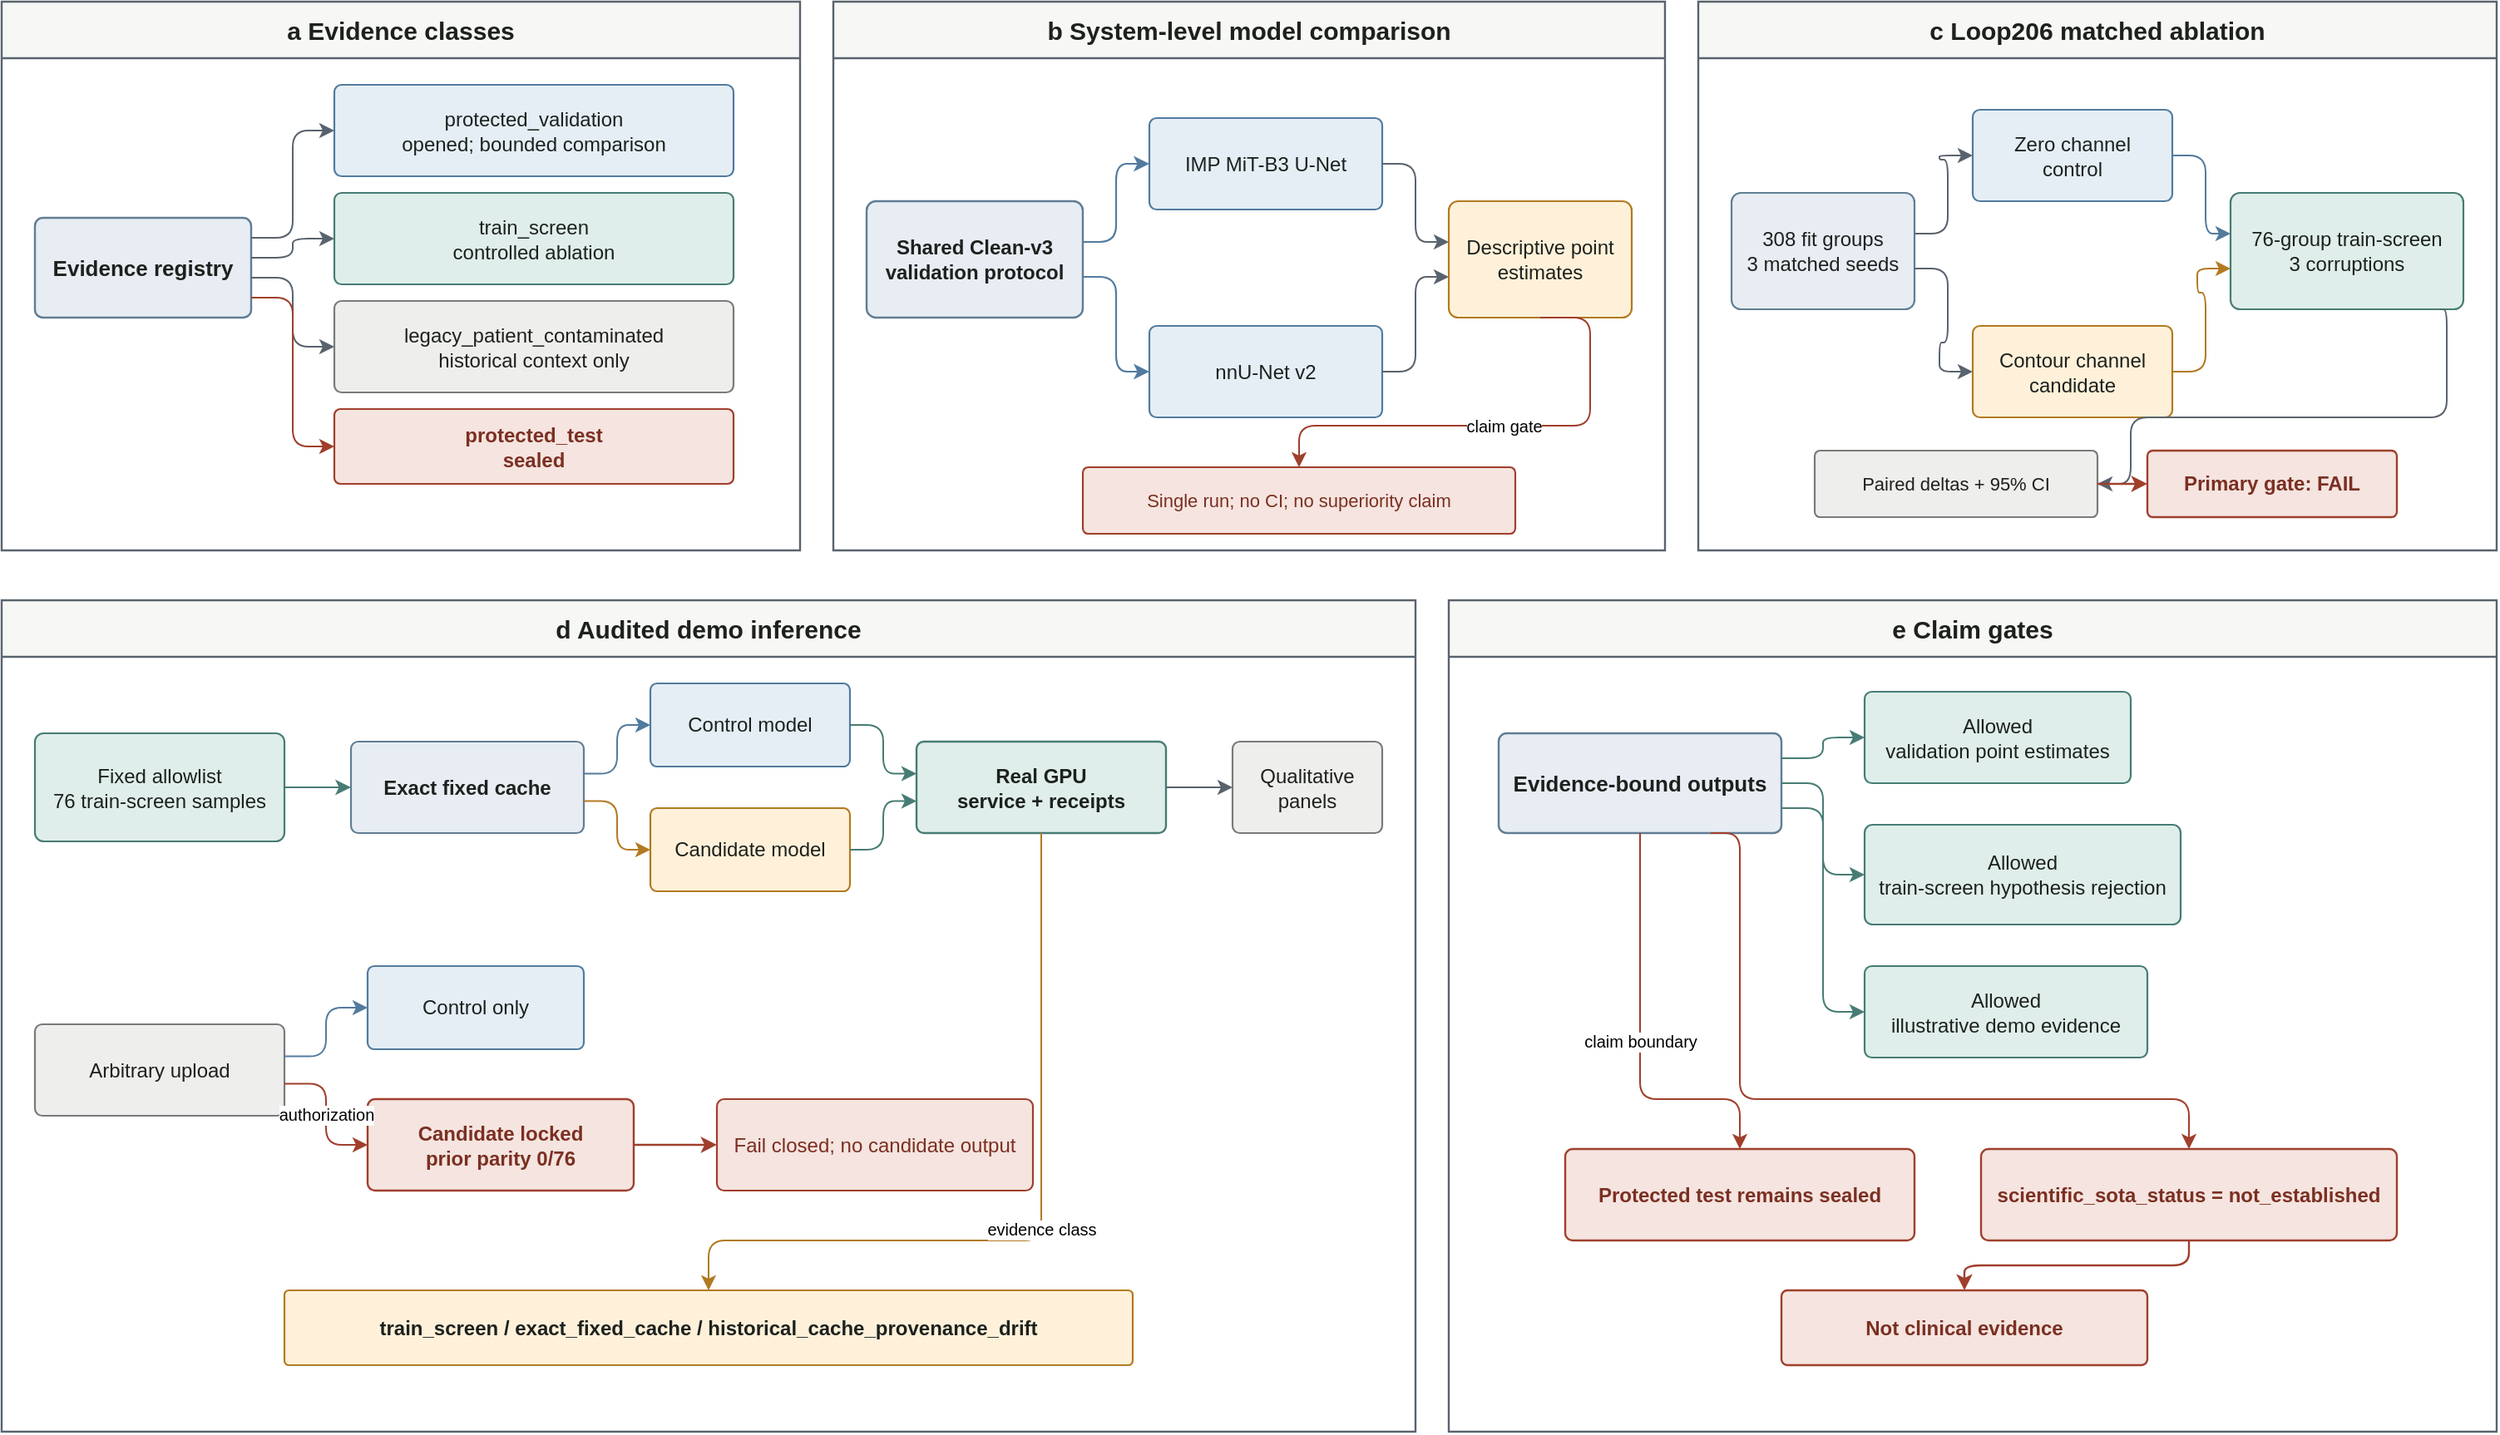
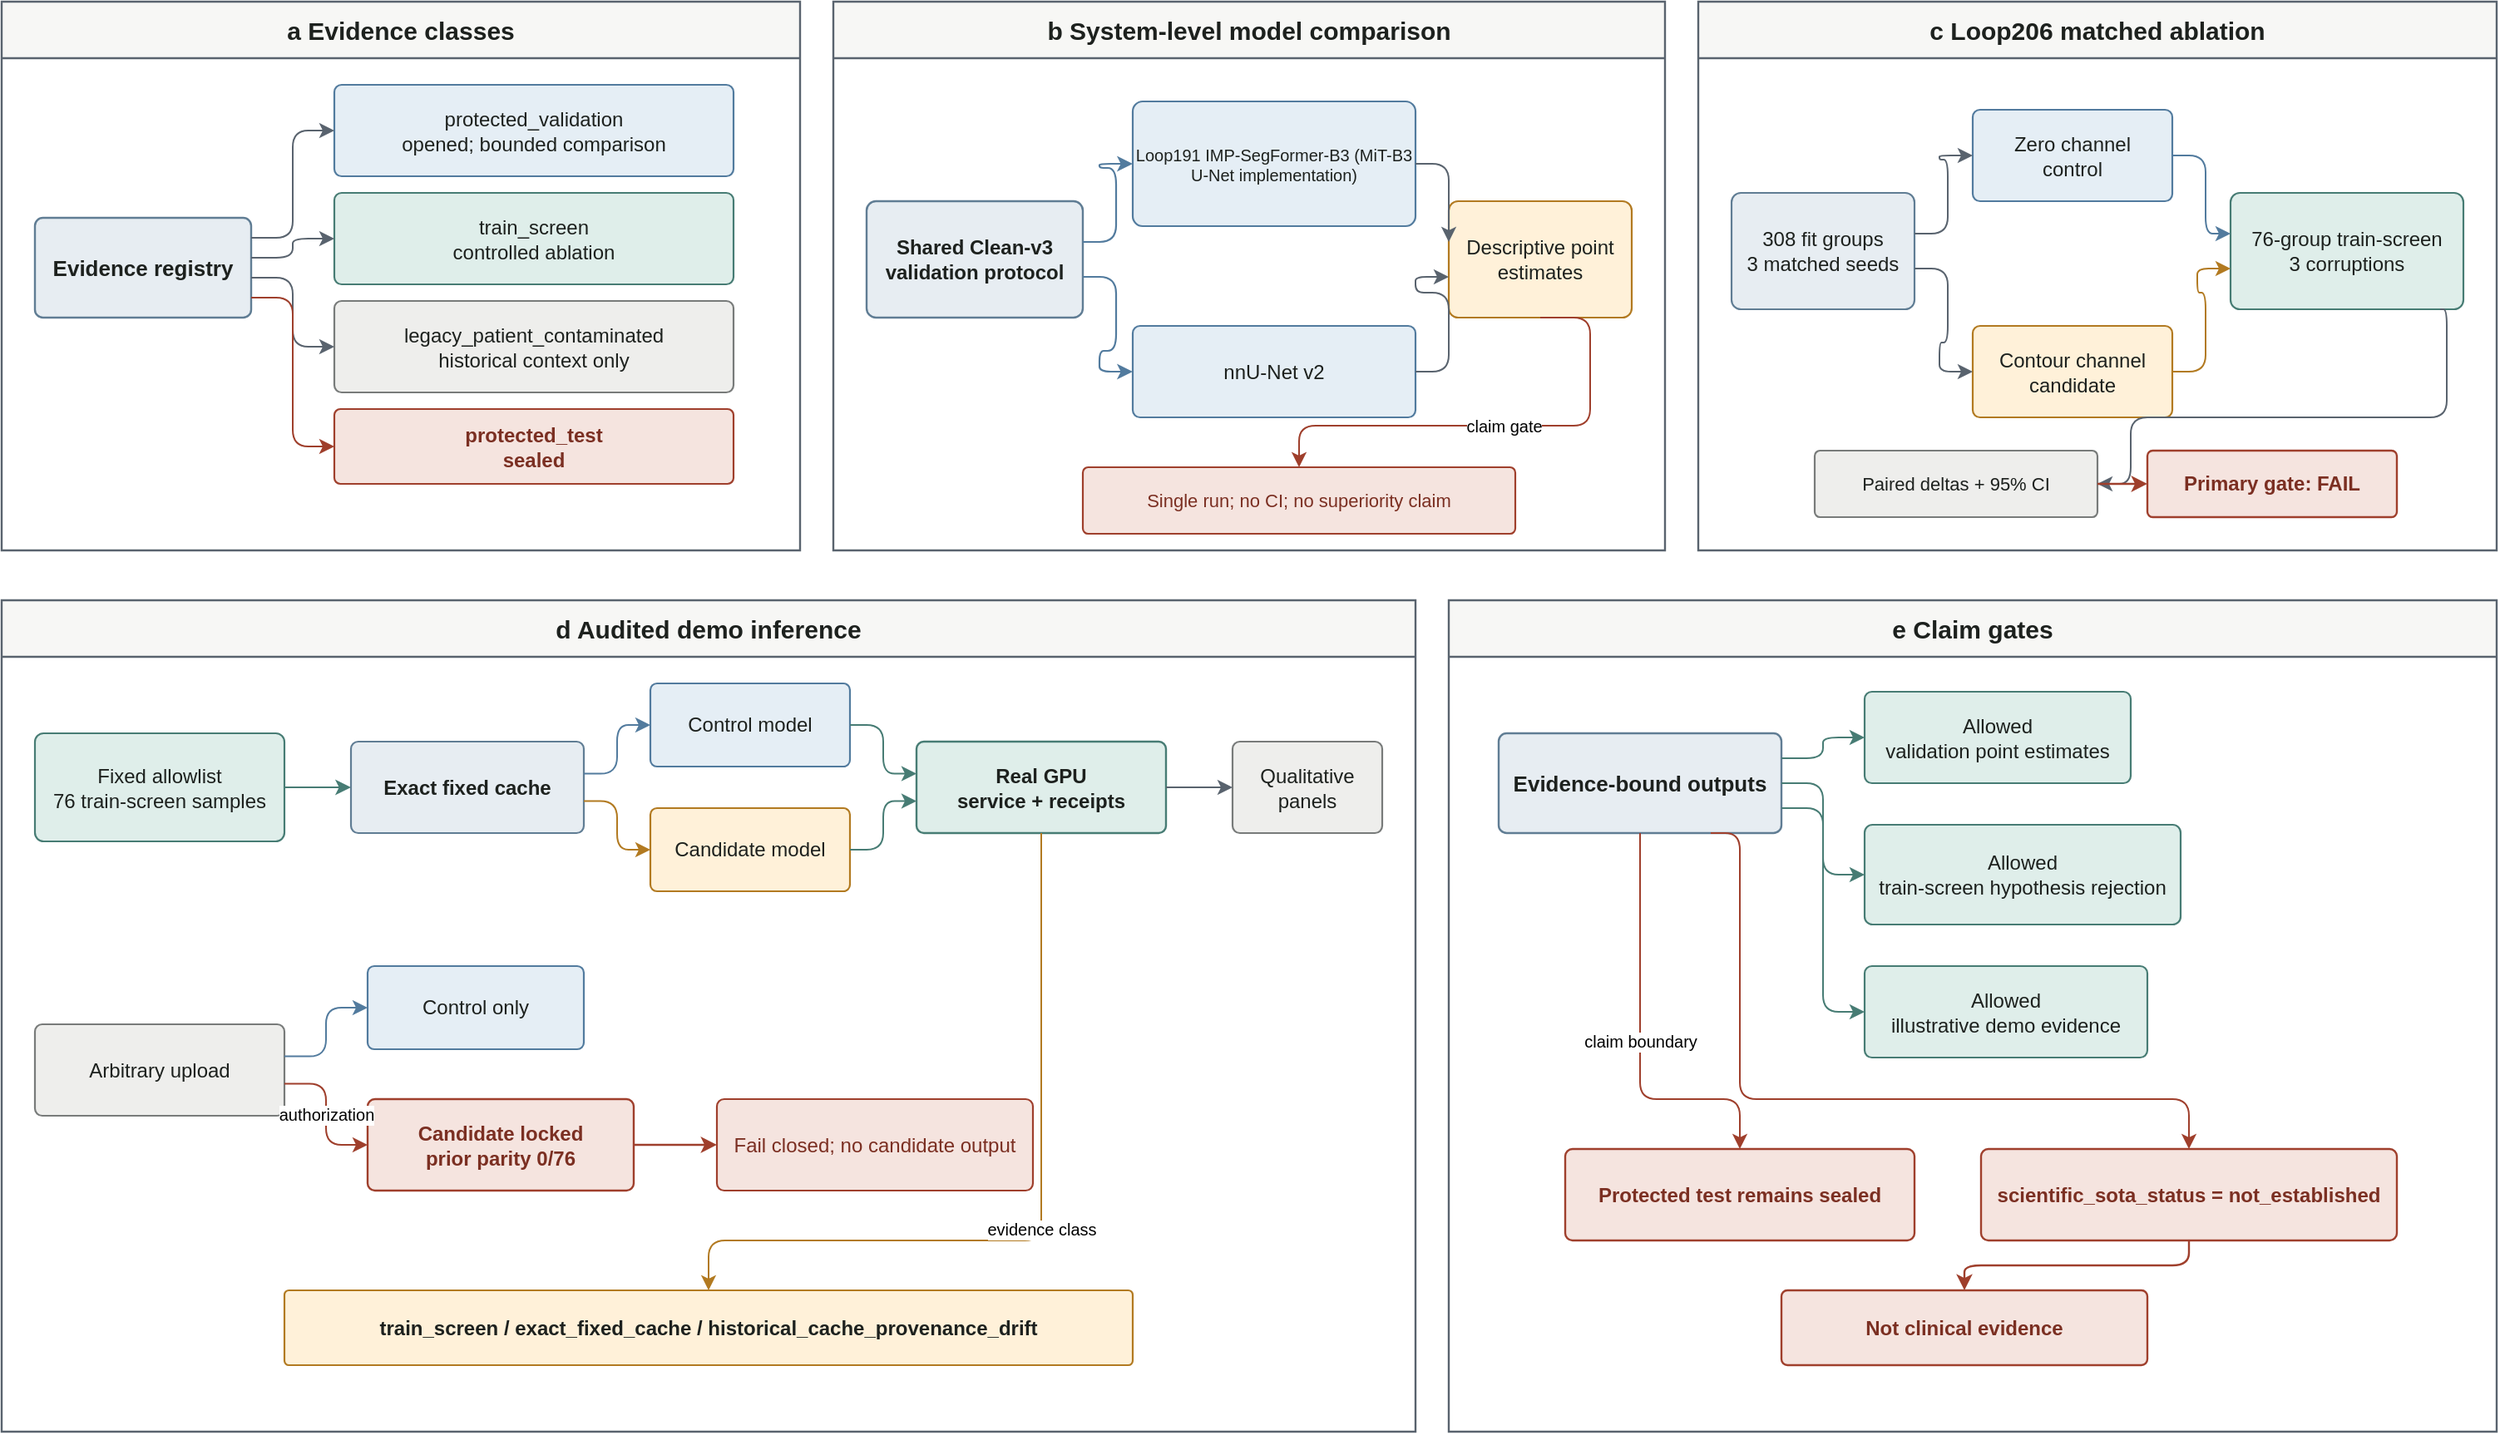
<?xml version="1.0" encoding="UTF-8"?>
<mxfile host="drawio" version="30.3.14">
  <diagram id="evidence-pipeline" name="Evidence pipeline">
    <mxGraphModel dx="1560" dy="940" grid="1" gridSize="10" guides="1" tooltips="1" connect="1" arrows="1" fold="1" page="1" pageScale="1" pageWidth="1560" pageHeight="940" math="0" shadow="0">
      <root>
        <mxCell id="0" />
        <mxCell id="1" parent="0" />

        <mxCell id="2" value="a  Evidence classes" style="swimlane;startSize=34;horizontal=1;rounded=0;html=1;whiteSpace=wrap;fillColor=#f7f7f5;swimlaneFillColor=#ffffff;strokeColor=#59636e;strokeWidth=1.2;fontFamily=Helvetica;fontSize=15;fontStyle=1;fontColor=#1d211e;container=1;pointerEvents=0;" vertex="1" parent="1">
          <mxGeometry x="30" y="30" width="480" height="330" as="geometry" />
        </mxCell>
        <mxCell id="3" value="Evidence registry" style="rounded=1;arcSize=8;whiteSpace=wrap;html=1;fillColor=#e7edf2;strokeColor=#607d94;strokeWidth=1.2;fontFamily=Helvetica;fontSize=13;fontStyle=1;fontColor=#1d211e;" vertex="1" parent="2">
          <mxGeometry x="20" y="130" width="130" height="60" as="geometry" />
        </mxCell>
        <mxCell id="4" value="protected_validation&#xa;opened; bounded comparison" style="rounded=1;arcSize=8;whiteSpace=wrap;html=1;fillColor=#e5eef5;strokeColor=#527b9e;strokeWidth=1.1;fontFamily=Helvetica;fontSize=12;fontColor=#1d211e;" vertex="1" parent="2">
          <mxGeometry x="200" y="50" width="240" height="55" as="geometry" />
        </mxCell>
        <mxCell id="5" value="train_screen&#xa;controlled ablation" style="rounded=1;arcSize=8;whiteSpace=wrap;html=1;fillColor=#dfeeea;strokeColor=#477c74;strokeWidth=1.1;fontFamily=Helvetica;fontSize=12;fontColor=#1d211e;" vertex="1" parent="2">
          <mxGeometry x="200" y="115" width="240" height="55" as="geometry" />
        </mxCell>
        <mxCell id="6" value="legacy_patient_contaminated&#xa;historical context only" style="rounded=1;arcSize=8;whiteSpace=wrap;html=1;fillColor=#eeeeec;strokeColor=#787b7a;strokeWidth=1.1;fontFamily=Helvetica;fontSize=12;fontColor=#1d211e;" vertex="1" parent="2">
          <mxGeometry x="200" y="180" width="240" height="55" as="geometry" />
        </mxCell>
        <mxCell id="7" value="protected_test&#xa;sealed" style="rounded=1;arcSize=8;whiteSpace=wrap;html=1;fillColor=#f5e4df;strokeColor=#9f3f2c;strokeWidth=1.1;fontFamily=Helvetica;fontSize=12;fontStyle=1;fontColor=#7b2f22;" vertex="1" parent="2">
          <mxGeometry x="200" y="245" width="240" height="45" as="geometry" />
        </mxCell>

        <mxCell id="8" value="b  System-level model comparison" style="swimlane;startSize=34;horizontal=1;rounded=0;html=1;whiteSpace=wrap;fillColor=#f7f7f5;swimlaneFillColor=#ffffff;strokeColor=#59636e;strokeWidth=1.2;fontFamily=Helvetica;fontSize=15;fontStyle=1;fontColor=#1d211e;container=1;pointerEvents=0;" vertex="1" parent="1">
          <mxGeometry x="530" y="30" width="500" height="330" as="geometry" />
        </mxCell>
        <mxCell id="9" value="Shared Clean-v3&#xa;validation protocol" style="rounded=1;arcSize=8;whiteSpace=wrap;html=1;fillColor=#e7edf2;strokeColor=#607d94;strokeWidth=1.2;fontFamily=Helvetica;fontSize=12;fontStyle=1;fontColor=#1d211e;" vertex="1" parent="8">
          <mxGeometry x="20" y="120" width="130" height="70" as="geometry" />
        </mxCell>
-         <mxCell id="10" value="IMP MiT-B3 U-Net" style="rounded=1;arcSize=8;whiteSpace=wrap;html=1;fillColor=#e5eef5;strokeColor=#527b9e;strokeWidth=1.1;fontFamily=Helvetica;fontSize=12;fontColor=#1d211e;" vertex="1" parent="8">
-           <mxGeometry x="190" y="70" width="140" height="55" as="geometry" />
+         <mxCell id="10" value="Loop191 IMP-SegFormer-B3 (MiT-B3 U-Net implementation)" style="rounded=1;arcSize=8;whiteSpace=wrap;html=1;fillColor=#e5eef5;strokeColor=#527b9e;strokeWidth=1.1;fontFamily=Helvetica;fontSize=10;fontColor=#1d211e;" vertex="1" parent="8">
+           <mxGeometry x="180" y="60" width="170" height="75" as="geometry" />
        </mxCell>
        <mxCell id="11" value="nnU-Net v2" style="rounded=1;arcSize=8;whiteSpace=wrap;html=1;fillColor=#e5eef5;strokeColor=#527b9e;strokeWidth=1.1;fontFamily=Helvetica;fontSize=12;fontColor=#1d211e;" vertex="1" parent="8">
-           <mxGeometry x="190" y="195" width="140" height="55" as="geometry" />
+           <mxGeometry x="180" y="195" width="170" height="55" as="geometry" />
        </mxCell>
        <mxCell id="12" value="Descriptive point&#xa;estimates" style="rounded=1;arcSize=8;whiteSpace=wrap;html=1;fillColor=#fff1d9;strokeColor=#b27a21;strokeWidth=1.1;fontFamily=Helvetica;fontSize=12;fontColor=#1d211e;" vertex="1" parent="8">
          <mxGeometry x="370" y="120" width="110" height="70" as="geometry" />
        </mxCell>
        <mxCell id="13" value="Single run; no CI; no superiority claim" style="rounded=1;arcSize=8;whiteSpace=wrap;html=1;fillColor=#f5e4df;strokeColor=#9f3f2c;strokeWidth=1.1;fontFamily=Helvetica;fontSize=11;fontColor=#7b2f22;" vertex="1" parent="8">
          <mxGeometry x="150" y="280" width="260" height="40" as="geometry" />
        </mxCell>

        <mxCell id="14" value="c  Loop206 matched ablation" style="swimlane;startSize=34;horizontal=1;rounded=0;html=1;whiteSpace=wrap;fillColor=#f7f7f5;swimlaneFillColor=#ffffff;strokeColor=#59636e;strokeWidth=1.2;fontFamily=Helvetica;fontSize=15;fontStyle=1;fontColor=#1d211e;container=1;pointerEvents=0;" vertex="1" parent="1">
          <mxGeometry x="1050" y="30" width="480" height="330" as="geometry" />
        </mxCell>
        <mxCell id="15" value="308 fit groups&#xa;3 matched seeds" style="rounded=1;arcSize=8;whiteSpace=wrap;html=1;fillColor=#e7edf2;strokeColor=#607d94;strokeWidth=1.1;fontFamily=Helvetica;fontSize=12;fontColor=#1d211e;" vertex="1" parent="14">
          <mxGeometry x="20" y="115" width="110" height="70" as="geometry" />
        </mxCell>
        <mxCell id="16" value="Zero channel&#xa;control" style="rounded=1;arcSize=8;whiteSpace=wrap;html=1;fillColor=#e5eef5;strokeColor=#527b9e;strokeWidth=1.1;fontFamily=Helvetica;fontSize=12;fontColor=#1d211e;" vertex="1" parent="14">
          <mxGeometry x="165" y="65" width="120" height="55" as="geometry" />
        </mxCell>
        <mxCell id="17" value="Contour channel&#xa;candidate" style="rounded=1;arcSize=8;whiteSpace=wrap;html=1;fillColor=#fff1d9;strokeColor=#b27a21;strokeWidth=1.1;fontFamily=Helvetica;fontSize=12;fontColor=#1d211e;" vertex="1" parent="14">
          <mxGeometry x="165" y="195" width="120" height="55" as="geometry" />
        </mxCell>
        <mxCell id="18" value="76-group train-screen&#xa;3 corruptions" style="rounded=1;arcSize=8;whiteSpace=wrap;html=1;fillColor=#dfeeea;strokeColor=#477c74;strokeWidth=1.1;fontFamily=Helvetica;fontSize=12;fontColor=#1d211e;" vertex="1" parent="14">
          <mxGeometry x="320" y="115" width="140" height="70" as="geometry" />
        </mxCell>
        <mxCell id="19" value="Paired deltas + 95% CI" style="rounded=1;arcSize=8;whiteSpace=wrap;html=1;fillColor=#eeeeec;strokeColor=#787b7a;strokeWidth=1.1;fontFamily=Helvetica;fontSize=11;fontColor=#1d211e;" vertex="1" parent="14">
          <mxGeometry x="70" y="270" width="170" height="40" as="geometry" />
        </mxCell>
        <mxCell id="20" value="Primary gate: FAIL" style="rounded=1;arcSize=8;whiteSpace=wrap;html=1;fillColor=#f5e4df;strokeColor=#9f3f2c;strokeWidth=1.2;fontFamily=Helvetica;fontSize=12;fontStyle=1;fontColor=#7b2f22;" vertex="1" parent="14">
          <mxGeometry x="270" y="270" width="150" height="40" as="geometry" />
        </mxCell>

        <mxCell id="21" value="d  Audited demo inference" style="swimlane;startSize=34;horizontal=1;rounded=0;html=1;whiteSpace=wrap;fillColor=#f7f7f5;swimlaneFillColor=#ffffff;strokeColor=#59636e;strokeWidth=1.2;fontFamily=Helvetica;fontSize=15;fontStyle=1;fontColor=#1d211e;container=1;pointerEvents=0;" vertex="1" parent="1">
          <mxGeometry x="30" y="390" width="850" height="500" as="geometry" />
        </mxCell>
        <mxCell id="22" value="Fixed allowlist&#xa;76 train-screen samples" style="rounded=1;arcSize=8;whiteSpace=wrap;html=1;fillColor=#dfeeea;strokeColor=#477c74;strokeWidth=1.1;fontFamily=Helvetica;fontSize=12;fontColor=#1d211e;" vertex="1" parent="21">
          <mxGeometry x="20" y="80" width="150" height="65" as="geometry" />
        </mxCell>
        <mxCell id="23" value="Exact fixed cache" style="rounded=1;arcSize=8;whiteSpace=wrap;html=1;fillColor=#e7edf2;strokeColor=#607d94;strokeWidth=1.1;fontFamily=Helvetica;fontSize=12;fontStyle=1;fontColor=#1d211e;" vertex="1" parent="21">
          <mxGeometry x="210" y="85" width="140" height="55" as="geometry" />
        </mxCell>
        <mxCell id="24" value="Control model" style="rounded=1;arcSize=8;whiteSpace=wrap;html=1;fillColor=#e5eef5;strokeColor=#527b9e;strokeWidth=1.1;fontFamily=Helvetica;fontSize=12;fontColor=#1d211e;" vertex="1" parent="21">
          <mxGeometry x="390" y="50" width="120" height="50" as="geometry" />
        </mxCell>
        <mxCell id="25" value="Candidate model" style="rounded=1;arcSize=8;whiteSpace=wrap;html=1;fillColor=#fff1d9;strokeColor=#b27a21;strokeWidth=1.1;fontFamily=Helvetica;fontSize=12;fontColor=#1d211e;" vertex="1" parent="21">
          <mxGeometry x="390" y="125" width="120" height="50" as="geometry" />
        </mxCell>
        <mxCell id="26" value="Real GPU&#xa;service + receipts" style="rounded=1;arcSize=8;whiteSpace=wrap;html=1;fillColor=#dfeeea;strokeColor=#477c74;strokeWidth=1.2;fontFamily=Helvetica;fontSize=12;fontStyle=1;fontColor=#1d211e;" vertex="1" parent="21">
          <mxGeometry x="550" y="85" width="150" height="55" as="geometry" />
        </mxCell>
        <mxCell id="27" value="Qualitative panels" style="rounded=1;arcSize=8;whiteSpace=wrap;html=1;fillColor=#eeeeec;strokeColor=#787b7a;strokeWidth=1.1;fontFamily=Helvetica;fontSize=12;fontColor=#1d211e;" vertex="1" parent="21">
          <mxGeometry x="740" y="85" width="90" height="55" as="geometry" />
        </mxCell>
        <mxCell id="28" value="Arbitrary upload" style="rounded=1;arcSize=8;whiteSpace=wrap;html=1;fillColor=#eeeeec;strokeColor=#787b7a;strokeWidth=1.1;fontFamily=Helvetica;fontSize=12;fontColor=#1d211e;" vertex="1" parent="21">
          <mxGeometry x="20" y="255" width="150" height="55" as="geometry" />
        </mxCell>
        <mxCell id="29" value="Control only" style="rounded=1;arcSize=8;whiteSpace=wrap;html=1;fillColor=#e5eef5;strokeColor=#527b9e;strokeWidth=1.1;fontFamily=Helvetica;fontSize=12;fontColor=#1d211e;" vertex="1" parent="21">
          <mxGeometry x="220" y="220" width="130" height="50" as="geometry" />
        </mxCell>
        <mxCell id="30" value="Candidate locked&#xa;prior parity 0/76" style="rounded=1;arcSize=8;whiteSpace=wrap;html=1;fillColor=#f5e4df;strokeColor=#9f3f2c;strokeWidth=1.2;fontFamily=Helvetica;fontSize=12;fontStyle=1;fontColor=#7b2f22;" vertex="1" parent="21">
          <mxGeometry x="220" y="300" width="160" height="55" as="geometry" />
        </mxCell>
        <mxCell id="31" value="Fail closed; no candidate output" style="rounded=1;arcSize=8;whiteSpace=wrap;html=1;fillColor=#f5e4df;strokeColor=#9f3f2c;strokeWidth=1.1;fontFamily=Helvetica;fontSize=12;fontColor=#7b2f22;" vertex="1" parent="21">
          <mxGeometry x="430" y="300" width="190" height="55" as="geometry" />
        </mxCell>
        <mxCell id="32" value="train_screen / exact_fixed_cache / historical_cache_provenance_drift" style="rounded=1;arcSize=6;whiteSpace=wrap;html=1;fillColor=#fff1d9;strokeColor=#b27a21;strokeWidth=1.1;fontFamily=Helvetica;fontSize=12;fontStyle=1;fontColor=#1d211e;" vertex="1" parent="21">
          <mxGeometry x="170" y="415" width="510" height="45" as="geometry" />
        </mxCell>

        <mxCell id="33" value="e  Claim gates" style="swimlane;startSize=34;horizontal=1;rounded=0;html=1;whiteSpace=wrap;fillColor=#f7f7f5;swimlaneFillColor=#ffffff;strokeColor=#59636e;strokeWidth=1.2;fontFamily=Helvetica;fontSize=15;fontStyle=1;fontColor=#1d211e;container=1;pointerEvents=0;" vertex="1" parent="1">
          <mxGeometry x="900" y="390" width="630" height="500" as="geometry" />
        </mxCell>
        <mxCell id="34" value="Evidence-bound outputs" style="rounded=1;arcSize=8;whiteSpace=wrap;html=1;fillColor=#e7edf2;strokeColor=#607d94;strokeWidth=1.2;fontFamily=Helvetica;fontSize=13;fontStyle=1;fontColor=#1d211e;" vertex="1" parent="33">
          <mxGeometry x="30" y="80" width="170" height="60" as="geometry" />
        </mxCell>
        <mxCell id="35" value="Allowed&#xa;validation point estimates" style="rounded=1;arcSize=8;whiteSpace=wrap;html=1;fillColor=#dfeeea;strokeColor=#477c74;strokeWidth=1.1;fontFamily=Helvetica;fontSize=12;fontColor=#1d211e;" vertex="1" parent="33">
          <mxGeometry x="250" y="55" width="160" height="55" as="geometry" />
        </mxCell>
        <mxCell id="36" value="Allowed&#xa;train-screen hypothesis rejection" style="rounded=1;arcSize=8;whiteSpace=wrap;html=1;fillColor=#dfeeea;strokeColor=#477c74;strokeWidth=1.1;fontFamily=Helvetica;fontSize=12;fontColor=#1d211e;" vertex="1" parent="33">
          <mxGeometry x="250" y="135" width="190" height="60" as="geometry" />
        </mxCell>
        <mxCell id="37" value="Allowed&#xa;illustrative demo evidence" style="rounded=1;arcSize=8;whiteSpace=wrap;html=1;fillColor=#dfeeea;strokeColor=#477c74;strokeWidth=1.1;fontFamily=Helvetica;fontSize=12;fontColor=#1d211e;" vertex="1" parent="33">
          <mxGeometry x="250" y="220" width="170" height="55" as="geometry" />
        </mxCell>
        <mxCell id="38" value="Protected test remains sealed" style="rounded=1;arcSize=8;whiteSpace=wrap;html=1;fillColor=#f5e4df;strokeColor=#9f3f2c;strokeWidth=1.2;fontFamily=Helvetica;fontSize=12;fontStyle=1;fontColor=#7b2f22;" vertex="1" parent="33">
          <mxGeometry x="70" y="330" width="210" height="55" as="geometry" />
        </mxCell>
        <mxCell id="39" value="scientific_sota_status = not_established" style="rounded=1;arcSize=8;whiteSpace=wrap;html=1;fillColor=#f5e4df;strokeColor=#9f3f2c;strokeWidth=1.2;fontFamily=Helvetica;fontSize=12;fontStyle=1;fontColor=#7b2f22;" vertex="1" parent="33">
          <mxGeometry x="320" y="330" width="250" height="55" as="geometry" />
        </mxCell>
        <mxCell id="40" value="Not clinical evidence" style="rounded=1;arcSize=8;whiteSpace=wrap;html=1;fillColor=#f5e4df;strokeColor=#9f3f2c;strokeWidth=1.2;fontFamily=Helvetica;fontSize=12;fontStyle=1;fontColor=#7b2f22;" vertex="1" parent="33">
          <mxGeometry x="200" y="415" width="220" height="45" as="geometry" />
        </mxCell>

        <mxCell id="41" value="" style="edgeStyle=orthogonalEdgeStyle;rounded=1;orthogonalLoop=1;jettySize=auto;html=1;strokeColor=#59636e;strokeWidth=1;exitX=1;exitY=0.2;entryX=0;entryY=0.5;" edge="1" parent="2" source="3" target="4"><mxGeometry relative="1" as="geometry" /></mxCell>
        <mxCell id="42" value="" style="edgeStyle=orthogonalEdgeStyle;rounded=1;orthogonalLoop=1;jettySize=auto;html=1;strokeColor=#59636e;strokeWidth=1;exitX=1;exitY=0.4;entryX=0;entryY=0.5;" edge="1" parent="2" source="3" target="5"><mxGeometry relative="1" as="geometry" /></mxCell>
        <mxCell id="43" value="" style="edgeStyle=orthogonalEdgeStyle;rounded=1;orthogonalLoop=1;jettySize=auto;html=1;strokeColor=#59636e;strokeWidth=1;exitX=1;exitY=0.6;entryX=0;entryY=0.5;" edge="1" parent="2" source="3" target="6"><mxGeometry relative="1" as="geometry" /></mxCell>
        <mxCell id="44" value="" style="edgeStyle=orthogonalEdgeStyle;rounded=1;orthogonalLoop=1;jettySize=auto;html=1;strokeColor=#9f3f2c;strokeWidth=1;exitX=1;exitY=0.8;entryX=0;entryY=0.5;" edge="1" parent="2" source="3" target="7"><mxGeometry relative="1" as="geometry" /></mxCell>

        <mxCell id="45" value="" style="edgeStyle=orthogonalEdgeStyle;rounded=1;orthogonalLoop=1;jettySize=auto;html=1;strokeColor=#527b9e;strokeWidth=1.1;exitX=1;exitY=0.35;entryX=0;entryY=0.5;" edge="1" parent="8" source="9" target="10"><mxGeometry relative="1" as="geometry" /></mxCell>
        <mxCell id="46" value="" style="edgeStyle=orthogonalEdgeStyle;rounded=1;orthogonalLoop=1;jettySize=auto;html=1;strokeColor=#527b9e;strokeWidth=1.1;exitX=1;exitY=0.65;entryX=0;entryY=0.5;" edge="1" parent="8" source="9" target="11"><mxGeometry relative="1" as="geometry" /></mxCell>
        <mxCell id="47" value="" style="edgeStyle=orthogonalEdgeStyle;rounded=1;orthogonalLoop=1;jettySize=auto;html=1;strokeColor=#59636e;strokeWidth=1;exitX=1;exitY=0.5;entryX=0;entryY=0.35;" edge="1" parent="8" source="10" target="12"><mxGeometry relative="1" as="geometry" /></mxCell>
        <mxCell id="48" value="" style="edgeStyle=orthogonalEdgeStyle;rounded=1;orthogonalLoop=1;jettySize=auto;html=1;strokeColor=#59636e;strokeWidth=1;exitX=1;exitY=0.5;entryX=0;entryY=0.65;" edge="1" parent="8" source="11" target="12"><mxGeometry relative="1" as="geometry" /></mxCell>
        <mxCell id="49" value="claim gate" style="edgeStyle=orthogonalEdgeStyle;rounded=1;orthogonalLoop=1;jettySize=auto;html=1;strokeColor=#9f3f2c;strokeWidth=1;fontFamily=Helvetica;fontSize=10;labelBackgroundColor=#ffffff;exitX=0.5;exitY=1;entryX=0.5;entryY=0;" edge="1" parent="8" source="12" target="13"><mxGeometry relative="1" as="geometry"><Array as="points"><mxPoint x="455" y="255" /><mxPoint x="280" y="255" /></Array></mxGeometry></mxCell>

        <mxCell id="50" value="" style="edgeStyle=orthogonalEdgeStyle;rounded=1;orthogonalLoop=1;jettySize=auto;html=1;strokeColor=#59636e;strokeWidth=1;exitX=1;exitY=0.35;entryX=0;entryY=0.5;" edge="1" parent="14" source="15" target="16"><mxGeometry relative="1" as="geometry" /></mxCell>
        <mxCell id="51" value="" style="edgeStyle=orthogonalEdgeStyle;rounded=1;orthogonalLoop=1;jettySize=auto;html=1;strokeColor=#59636e;strokeWidth=1;exitX=1;exitY=0.65;entryX=0;entryY=0.5;" edge="1" parent="14" source="15" target="17"><mxGeometry relative="1" as="geometry" /></mxCell>
        <mxCell id="52" value="" style="edgeStyle=orthogonalEdgeStyle;rounded=1;orthogonalLoop=1;jettySize=auto;html=1;strokeColor=#527b9e;strokeWidth=1;exitX=1;exitY=0.5;entryX=0;entryY=0.35;" edge="1" parent="14" source="16" target="18"><mxGeometry relative="1" as="geometry" /></mxCell>
        <mxCell id="53" value="" style="edgeStyle=orthogonalEdgeStyle;rounded=1;orthogonalLoop=1;jettySize=auto;html=1;strokeColor=#b27a21;strokeWidth=1;exitX=1;exitY=0.5;entryX=0;entryY=0.65;" edge="1" parent="14" source="17" target="18"><mxGeometry relative="1" as="geometry" /></mxCell>
        <mxCell id="54" value="" style="edgeStyle=orthogonalEdgeStyle;rounded=1;orthogonalLoop=1;jettySize=auto;html=1;strokeColor=#59636e;strokeWidth=1;fontFamily=Helvetica;fontSize=10;labelBackgroundColor=#ffffff;exitX=0.9;exitY=1;entryX=1;entryY=0.5;" edge="1" parent="14" source="18" target="19"><mxGeometry relative="1" as="geometry"><Array as="points"><mxPoint x="450" y="250" /><mxPoint x="260" y="250" /><mxPoint x="260" y="290" /></Array></mxGeometry></mxCell>
        <mxCell id="55" value="" style="edgeStyle=orthogonalEdgeStyle;rounded=1;orthogonalLoop=1;jettySize=auto;html=1;strokeColor=#9f3f2c;strokeWidth=1.2;exitX=1;exitY=0.5;entryX=0;entryY=0.5;" edge="1" parent="14" source="19" target="20"><mxGeometry relative="1" as="geometry" /></mxCell>

        <mxCell id="56" value="" style="edgeStyle=orthogonalEdgeStyle;rounded=1;orthogonalLoop=1;jettySize=auto;html=1;strokeColor=#477c74;strokeWidth=1.1;exitX=1;exitY=0.5;entryX=0;entryY=0.5;" edge="1" parent="21" source="22" target="23"><mxGeometry relative="1" as="geometry" /></mxCell>
        <mxCell id="57" value="" style="edgeStyle=orthogonalEdgeStyle;rounded=1;orthogonalLoop=1;jettySize=auto;html=1;strokeColor=#527b9e;strokeWidth=1;exitX=1;exitY=0.35;entryX=0;entryY=0.5;" edge="1" parent="21" source="23" target="24"><mxGeometry relative="1" as="geometry" /></mxCell>
        <mxCell id="58" value="" style="edgeStyle=orthogonalEdgeStyle;rounded=1;orthogonalLoop=1;jettySize=auto;html=1;strokeColor=#b27a21;strokeWidth=1;exitX=1;exitY=0.65;entryX=0;entryY=0.5;" edge="1" parent="21" source="23" target="25"><mxGeometry relative="1" as="geometry" /></mxCell>
        <mxCell id="59" value="" style="edgeStyle=orthogonalEdgeStyle;rounded=1;orthogonalLoop=1;jettySize=auto;html=1;strokeColor=#477c74;strokeWidth=1;exitX=1;exitY=0.5;entryX=0;entryY=0.35;" edge="1" parent="21" source="24" target="26"><mxGeometry relative="1" as="geometry" /></mxCell>
        <mxCell id="60" value="" style="edgeStyle=orthogonalEdgeStyle;rounded=1;orthogonalLoop=1;jettySize=auto;html=1;strokeColor=#477c74;strokeWidth=1;exitX=1;exitY=0.5;entryX=0;entryY=0.65;" edge="1" parent="21" source="25" target="26"><mxGeometry relative="1" as="geometry" /></mxCell>
        <mxCell id="61" value="" style="edgeStyle=orthogonalEdgeStyle;rounded=1;orthogonalLoop=1;jettySize=auto;html=1;strokeColor=#59636e;strokeWidth=1;exitX=1;exitY=0.5;entryX=0;entryY=0.5;" edge="1" parent="21" source="26" target="27"><mxGeometry relative="1" as="geometry" /></mxCell>
        <mxCell id="62" value="" style="edgeStyle=orthogonalEdgeStyle;rounded=1;orthogonalLoop=1;jettySize=auto;html=1;strokeColor=#527b9e;strokeWidth=1;exitX=1;exitY=0.35;entryX=0;entryY=0.5;" edge="1" parent="21" source="28" target="29"><mxGeometry relative="1" as="geometry" /></mxCell>
        <mxCell id="63" value="authorization" style="edgeStyle=orthogonalEdgeStyle;rounded=1;orthogonalLoop=1;jettySize=auto;html=1;strokeColor=#9f3f2c;strokeWidth=1;fontFamily=Helvetica;fontSize=10;labelBackgroundColor=#ffffff;exitX=1;exitY=0.65;entryX=0;entryY=0.5;" edge="1" parent="21" source="28" target="30"><mxGeometry relative="1" as="geometry" /></mxCell>
        <mxCell id="64" value="" style="edgeStyle=orthogonalEdgeStyle;rounded=1;orthogonalLoop=1;jettySize=auto;html=1;strokeColor=#9f3f2c;strokeWidth=1.2;exitX=1;exitY=0.5;entryX=0;entryY=0.5;" edge="1" parent="21" source="30" target="31"><mxGeometry relative="1" as="geometry" /></mxCell>
        <mxCell id="65" value="evidence class" style="edgeStyle=orthogonalEdgeStyle;rounded=1;orthogonalLoop=1;jettySize=auto;html=1;strokeColor=#b27a21;strokeWidth=1;fontFamily=Helvetica;fontSize=10;labelBackgroundColor=#ffffff;exitX=0.5;exitY=1;entryX=0.5;entryY=0;" edge="1" parent="21" source="26" target="32"><mxGeometry relative="1" as="geometry"><Array as="points"><mxPoint x="625" y="385" /><mxPoint x="425" y="385" /></Array></mxGeometry></mxCell>

        <mxCell id="66" value="" style="edgeStyle=orthogonalEdgeStyle;rounded=1;orthogonalLoop=1;jettySize=auto;html=1;strokeColor=#477c74;strokeWidth=1;exitX=1;exitY=0.25;entryX=0;entryY=0.5;" edge="1" parent="33" source="34" target="35"><mxGeometry relative="1" as="geometry" /></mxCell>
        <mxCell id="67" value="" style="edgeStyle=orthogonalEdgeStyle;rounded=1;orthogonalLoop=1;jettySize=auto;html=1;strokeColor=#477c74;strokeWidth=1;exitX=1;exitY=0.5;entryX=0;entryY=0.5;" edge="1" parent="33" source="34" target="36"><mxGeometry relative="1" as="geometry" /></mxCell>
        <mxCell id="68" value="" style="edgeStyle=orthogonalEdgeStyle;rounded=1;orthogonalLoop=1;jettySize=auto;html=1;strokeColor=#477c74;strokeWidth=1;exitX=1;exitY=0.75;entryX=0;entryY=0.5;" edge="1" parent="33" source="34" target="37"><mxGeometry relative="1" as="geometry" /></mxCell>
        <mxCell id="69" value="claim boundary" style="edgeStyle=orthogonalEdgeStyle;rounded=1;orthogonalLoop=1;jettySize=auto;html=1;strokeColor=#9f3f2c;strokeWidth=1;fontFamily=Helvetica;fontSize=10;labelBackgroundColor=#ffffff;exitX=0.5;exitY=1;entryX=0.5;entryY=0;" edge="1" parent="33" source="34" target="38"><mxGeometry relative="1" as="geometry"><Array as="points"><mxPoint x="115" y="300" /><mxPoint x="175" y="300" /></Array></mxGeometry></mxCell>
        <mxCell id="70" value="" style="edgeStyle=orthogonalEdgeStyle;rounded=1;orthogonalLoop=1;jettySize=auto;html=1;strokeColor=#9f3f2c;strokeWidth=1;exitX=0.75;exitY=1;entryX=0.5;entryY=0;" edge="1" parent="33" source="34" target="39"><mxGeometry relative="1" as="geometry"><Array as="points"><mxPoint x="175" y="300" /><mxPoint x="445" y="300" /></Array></mxGeometry></mxCell>
        <mxCell id="71" value="" style="edgeStyle=orthogonalEdgeStyle;rounded=1;orthogonalLoop=1;jettySize=auto;html=1;strokeColor=#9f3f2c;strokeWidth=1.2;exitX=0.5;exitY=1;entryX=0.5;entryY=0;" edge="1" parent="33" source="39" target="40"><mxGeometry relative="1" as="geometry"><Array as="points"><mxPoint x="445" y="400" /><mxPoint x="310" y="400" /></Array></mxGeometry></mxCell>
      </root>
    </mxGraphModel>
  </diagram>
</mxfile>
